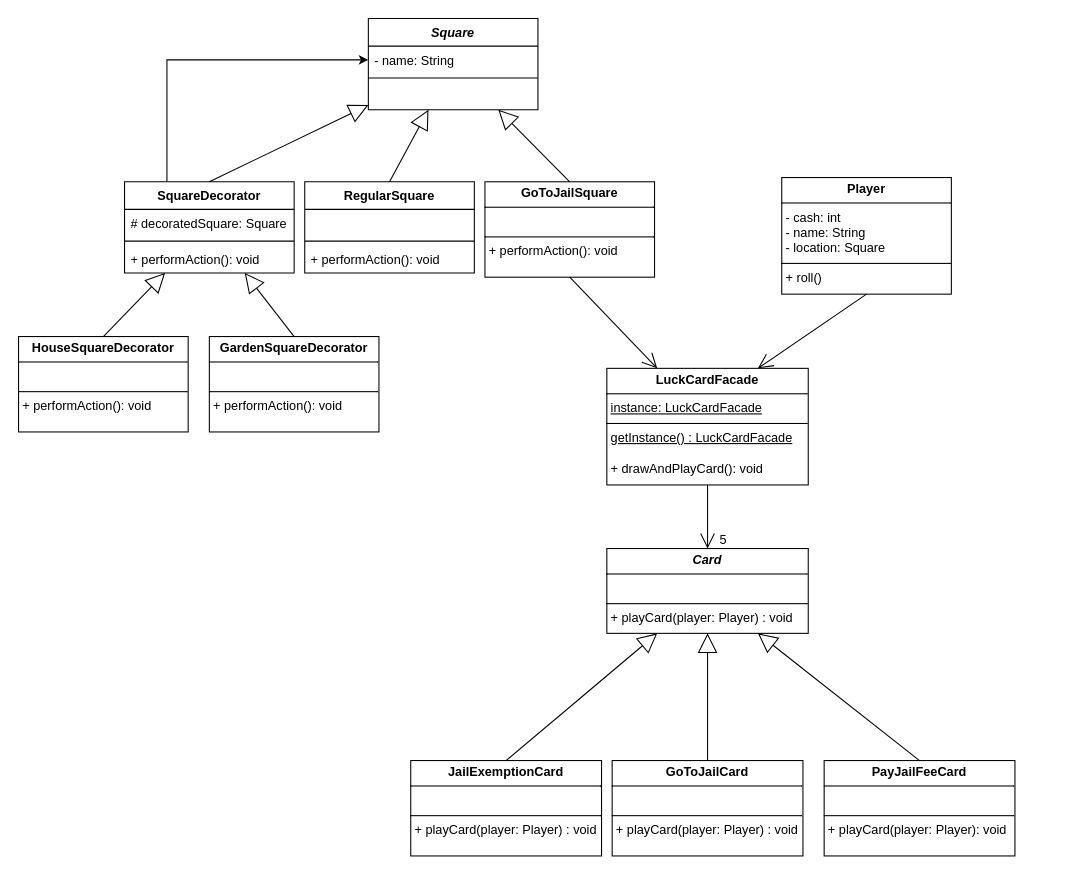
antonykimuom/SWEN30006-2025-SM1-workshop1-tuew05-14-00-team-12 keeps this draw.io diagram as workshop7-week8.drawio. Above is the earlier version. Source tidied: cells renumbered, new cells numbered last; positions are measured from the earlier drawing's top-left corner, leaving out a move shared by most shapes. Both pictures are drawn from the tidied source at 106%, with x=0, y=0 at pixel (18, 18).
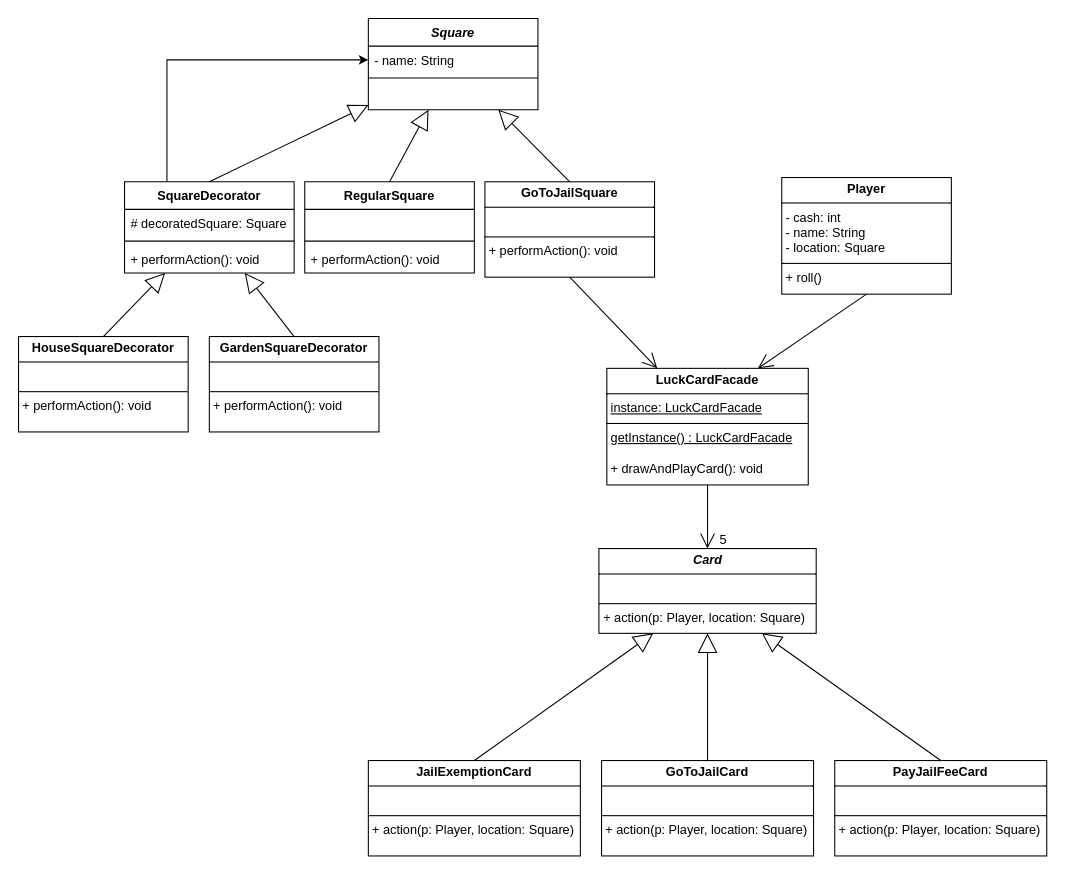
After the change.

Commit message:
fixed cards to better reflect provided code

Change to the diagram source:
```diff
@@
-    <mxCell id="6" value="&lt;p style=&quot;margin:0px;margin-top:4px;text-align:center;&quot;&gt;&lt;b&gt;&lt;i&gt;Card&lt;/i&gt;&lt;/b&gt;&lt;/p&gt;&lt;hr size=&quot;1&quot; style=&quot;border-style:solid;&quot;&gt;&lt;p style=&quot;margin:0px;margin-left:4px;&quot;&gt;&lt;br&gt;&lt;/p&gt;&lt;hr size=&quot;1&quot; style=&quot;border-style:solid;&quot;&gt;&lt;p style=&quot;margin:0px;margin-left:4px;&quot;&gt;+ playCard(player: Player) : void&lt;/p&gt;" style="verticalAlign=top;align=left;overflow=fill;html=1;whiteSpace=wrap;" parent="1" vertex="1">
-      <mxGeometry x="555" y="500" width="190" height="80" as="geometry" />
+    <mxCell id="6" value="&lt;p style=&quot;margin:0px;margin-top:4px;text-align:center;&quot;&gt;&lt;b&gt;&lt;i&gt;Card&lt;/i&gt;&lt;/b&gt;&lt;/p&gt;&lt;hr size=&quot;1&quot; style=&quot;border-style:solid;&quot;&gt;&lt;p style=&quot;margin:0px;margin-left:4px;&quot;&gt;&lt;br&gt;&lt;/p&gt;&lt;hr size=&quot;1&quot; style=&quot;border-style:solid;&quot;&gt;&lt;p style=&quot;margin:0px;margin-left:4px;&quot;&gt;+ action(p: Player, location: Square)&lt;/p&gt;" style="verticalAlign=top;align=left;overflow=fill;html=1;whiteSpace=wrap;" parent="1" vertex="1">
+      <mxGeometry x="547.5" y="500" width="205" height="80" as="geometry" />
     </mxCell>
-    <mxCell id="7" value="&lt;p style=&quot;margin:0px;margin-top:4px;text-align:center;&quot;&gt;&lt;b&gt;PayJailFeeCard&lt;/b&gt;&lt;/p&gt;&lt;hr size=&quot;1&quot; style=&quot;border-style:solid;&quot;&gt;&lt;p style=&quot;margin:0px;margin-left:4px;&quot;&gt;&lt;br&gt;&lt;/p&gt;&lt;hr size=&quot;1&quot; style=&quot;border-style:solid;&quot;&gt;&lt;p style=&quot;margin:0px;margin-left:4px;&quot;&gt;+ playCard(player: Player): void&lt;/p&gt;" style="verticalAlign=top;align=left;overflow=fill;html=1;whiteSpace=wrap;" parent="1" vertex="1">
-      <mxGeometry x="760" y="700" width="180" height="90" as="geometry" />
+    <mxCell id="7" value="&lt;p style=&quot;margin:0px;margin-top:4px;text-align:center;&quot;&gt;&lt;b&gt;PayJailFeeCard&lt;/b&gt;&lt;/p&gt;&lt;hr size=&quot;1&quot; style=&quot;border-style:solid;&quot;&gt;&lt;p style=&quot;margin:0px;margin-left:4px;&quot;&gt;&lt;br&gt;&lt;/p&gt;&lt;hr size=&quot;1&quot; style=&quot;border-style:solid;&quot;&gt;&lt;p style=&quot;margin:0px;margin-left:4px;&quot;&gt;+ action(p: Player, location: Square)&lt;/p&gt;" style="verticalAlign=top;align=left;overflow=fill;html=1;whiteSpace=wrap;" parent="1" vertex="1">
+      <mxGeometry x="770" y="700" width="200" height="90" as="geometry" />
     </mxCell>
-    <mxCell id="8" value="&lt;p style=&quot;margin:0px;margin-top:4px;text-align:center;&quot;&gt;&lt;b&gt;GoToJailCard&lt;/b&gt;&lt;/p&gt;&lt;hr size=&quot;1&quot; style=&quot;border-style:solid;&quot;&gt;&lt;p style=&quot;margin:0px;margin-left:4px;&quot;&gt;&lt;br&gt;&lt;/p&gt;&lt;hr size=&quot;1&quot; style=&quot;border-style:solid;&quot;&gt;&lt;p style=&quot;margin:0px;margin-left:4px;&quot;&gt;+ playCard(player: Player) : void&lt;/p&gt;" style="verticalAlign=top;align=left;overflow=fill;html=1;whiteSpace=wrap;" parent="1" vertex="1">
-      <mxGeometry x="560" y="700" width="180" height="90" as="geometry" />
+    <mxCell id="8" value="&lt;p style=&quot;margin:0px;margin-top:4px;text-align:center;&quot;&gt;&lt;b&gt;GoToJailCard&lt;/b&gt;&lt;/p&gt;&lt;hr size=&quot;1&quot; style=&quot;border-style:solid;&quot;&gt;&lt;p style=&quot;margin:0px;margin-left:4px;&quot;&gt;&lt;br&gt;&lt;/p&gt;&lt;hr size=&quot;1&quot; style=&quot;border-style:solid;&quot;&gt;&lt;p style=&quot;margin:0px;margin-left:4px;&quot;&gt;+ action(p: Player, location: Square)&lt;/p&gt;" style="verticalAlign=top;align=left;overflow=fill;html=1;whiteSpace=wrap;" parent="1" vertex="1">
+      <mxGeometry x="550" y="700" width="200" height="90" as="geometry" />
     </mxCell>
-    <mxCell id="9" value="&lt;p style=&quot;margin:0px;margin-top:4px;text-align:center;&quot;&gt;&lt;b&gt;JailExemptionCard&lt;/b&gt;&lt;/p&gt;&lt;hr size=&quot;1&quot; style=&quot;border-style:solid;&quot;&gt;&lt;p style=&quot;margin:0px;margin-left:4px;&quot;&gt;&lt;br&gt;&lt;/p&gt;&lt;hr size=&quot;1&quot; style=&quot;border-style:solid;&quot;&gt;&lt;p style=&quot;margin:0px;margin-left:4px;&quot;&gt;+ playCard(player: Player) : void&lt;/p&gt;" style="verticalAlign=top;align=left;overflow=fill;html=1;whiteSpace=wrap;" parent="1" vertex="1">
-      <mxGeometry x="370" y="700" width="180" height="90" as="geometry" />
+    <mxCell id="9" value="&lt;p style=&quot;margin:0px;margin-top:4px;text-align:center;&quot;&gt;&lt;b&gt;JailExemptionCard&lt;/b&gt;&lt;/p&gt;&lt;hr size=&quot;1&quot; style=&quot;border-style:solid;&quot;&gt;&lt;p style=&quot;margin:0px;margin-left:4px;&quot;&gt;&lt;br&gt;&lt;/p&gt;&lt;hr size=&quot;1&quot; style=&quot;border-style:solid;&quot;&gt;&lt;p style=&quot;margin:0px;margin-left:4px;&quot;&gt;+ action(p: Player, location: Square)&lt;/p&gt;" style="verticalAlign=top;align=left;overflow=fill;html=1;whiteSpace=wrap;" parent="1" vertex="1">
+      <mxGeometry x="330" y="700" width="200" height="90" as="geometry" />
     </mxCell>
```
